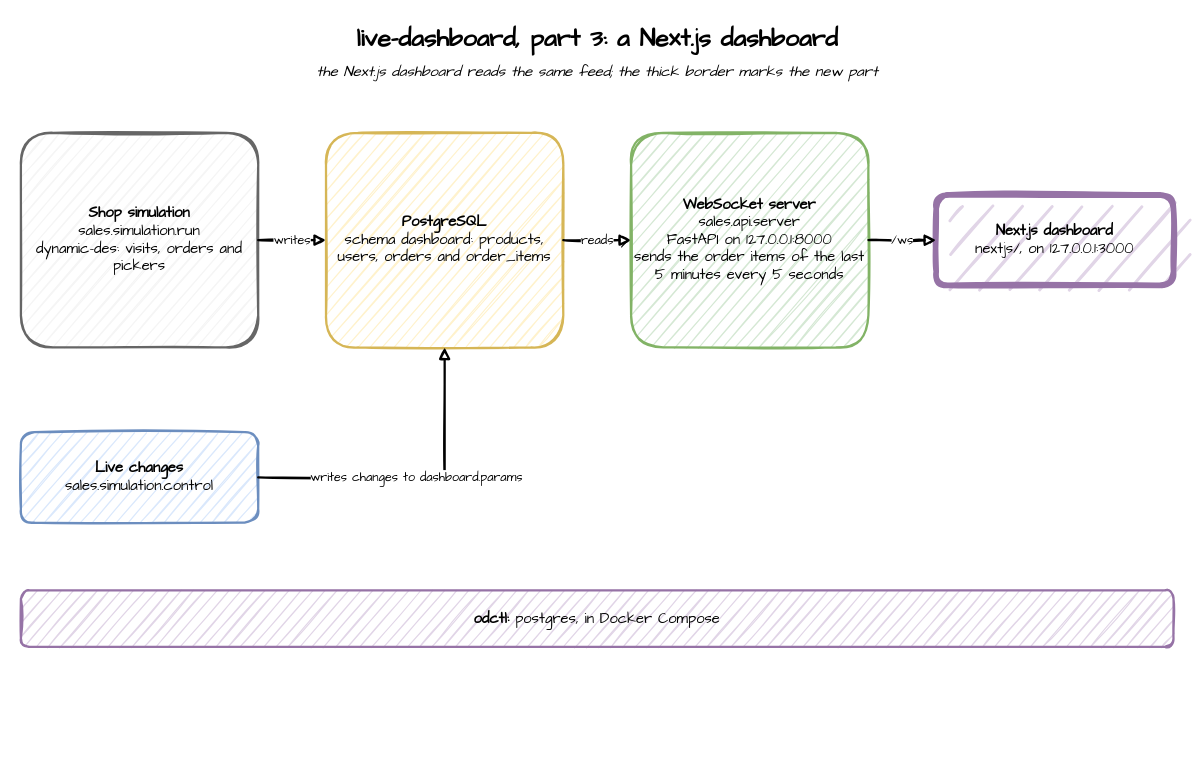
The draw.io diagram live-dashboard/images/part-3.drawio in jaehyeon-kim/benchtop, before the edit. Source tidied: cells renumbered, new cells numbered last; positions are measured from the earlier drawing's top-left corner, leaving out a move shared by most shapes. Both pictures are drawn from the tidied source at 113%, with x=0, y=0 at pixel (20, 19).
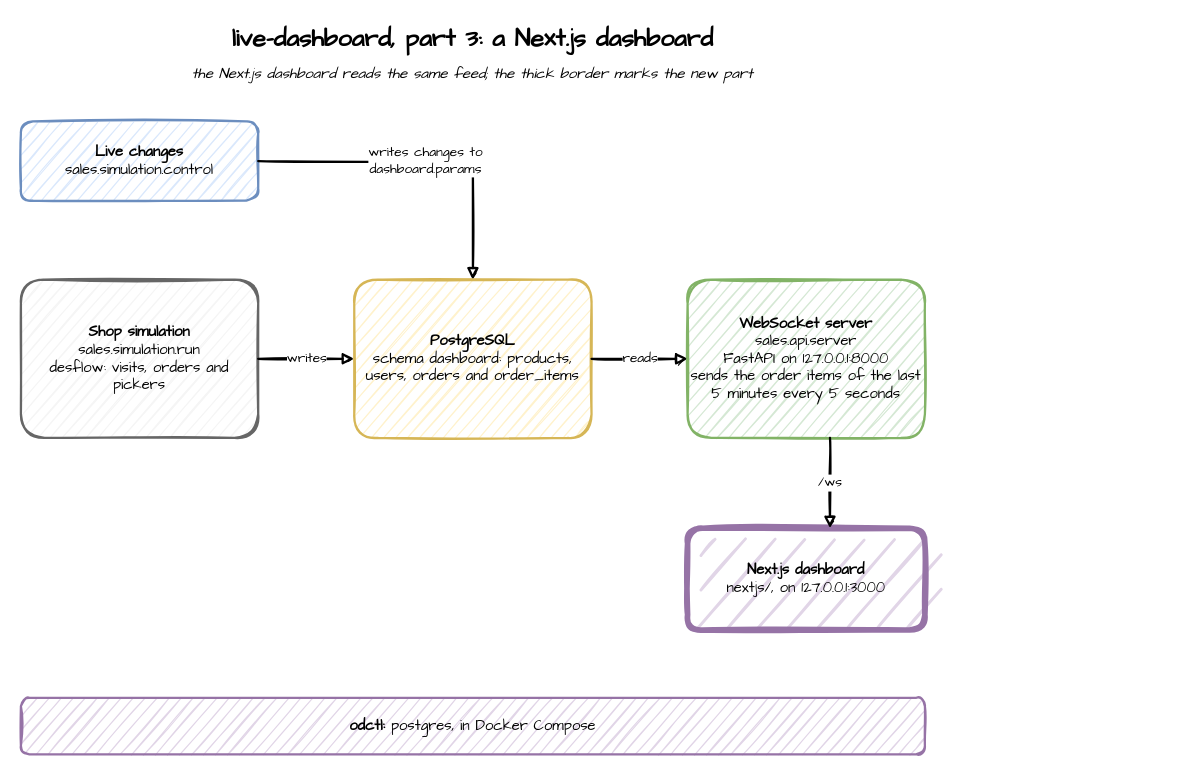
After the change.

What changed in the source:
```diff
@@
 <mxGraphModel>
   <root>
     <mxCell id="0" />
     <mxCell id="1" parent="0" />
-    <mxCell id="2" value="live-dashboard, part 3: a Next.js dashboard" style="text;html=1;align=center;verticalAlign=middle;fontFamily=Comic Sans MS;fontSize=22;fontStyle=1;strokeColor=none;fillColor=none;" parent="1" vertex="1">
-      <mxGeometry width="1020" height="36" as="geometry" />
+    <mxCell id="2" value="live-dashboard, part 3: a Next.js dashboard" style="text;html=1;align=center;verticalAlign=middle;whiteSpace=wrap;fontFamily=Comic Sans MS;fontSize=22;fontStyle=1;strokeColor=none;fillColor=none;" parent="1" vertex="1">
+      <mxGeometry width="800" height="36" as="geometry" />
     </mxCell>
-    <mxCell id="3" value="the Next.js dashboard reads the same feed; the thick border marks the new part" style="text;html=1;align=center;verticalAlign=middle;fontFamily=Comic Sans MS;fontSize=13;fontStyle=2;strokeColor=none;fillColor=none;" parent="1" vertex="1">
-      <mxGeometry y="34" width="1020" height="24" as="geometry" />
+    <mxCell id="3" value="the Next.js dashboard reads the same feed; the thick border marks the new part" style="text;html=1;align=center;verticalAlign=middle;whiteSpace=wrap;fontFamily=Comic Sans MS;fontSize=13;fontStyle=2;strokeColor=none;fillColor=none;" parent="1" vertex="1">
+      <mxGeometry y="36" width="800" height="24" as="geometry" />
     </mxCell>
+    <mxCell id="7" value="&lt;b&gt;Live changes&lt;/b&gt;&lt;br&gt;sales.simulation.control" style="sketch=1;fontFamily=Comic Sans MS;strokeWidth=2;html=1;rounded=1;whiteSpace=wrap;fontSize=13;fillColor=#dae8fc;strokeColor=#6c8ebf;" parent="1" vertex="1">
+      <mxGeometry y="90" width="210" height="70" as="geometry" />
+    </mxCell>
-    <mxCell id="4" value="&lt;b&gt;Shop simulation&lt;/b&gt;&lt;br&gt;sales.simulation.run&lt;br&gt;dynamic-des: visits, orders and pickers" style="sketch=1;fontFamily=Comic Sans MS;strokeWidth=2;html=1;rounded=1;whiteSpace=wrap;fontSize=13;fillColor=#f5f5f5;strokeColor=#666666;" parent="1" vertex="1">
-      <mxGeometry y="100" width="210" height="190" as="geometry" />
+    <mxCell id="4" value="&lt;b&gt;Shop simulation&lt;/b&gt;&lt;br&gt;sales.simulation.run&lt;br&gt;desflow: visits, orders and pickers" style="sketch=1;fontFamily=Comic Sans MS;strokeWidth=2;html=1;rounded=1;whiteSpace=wrap;fontSize=13;fillColor=#f5f5f5;strokeColor=#666666;" parent="1" vertex="1">
+      <mxGeometry y="230" width="210" height="140" as="geometry" />
     </mxCell>
     <mxCell id="5" value="&lt;b&gt;PostgreSQL&lt;/b&gt;&lt;br&gt;schema dashboard: products, users, orders and order_items" style="sketch=1;fontFamily=Comic Sans MS;strokeWidth=2;html=1;rounded=1;whiteSpace=wrap;fontSize=13;fillColor=#fff2cc;strokeColor=#d6b656;" parent="1" vertex="1">
-      <mxGeometry x="270" y="100" width="210" height="190" as="geometry" />
+      <mxGeometry x="295" y="230" width="210" height="140" as="geometry" />
     </mxCell>
     <mxCell id="6" value="&lt;b&gt;WebSocket server&lt;/b&gt;&lt;br&gt;sales.api.server&lt;br&gt;FastAPI on 127.0.0.1:8000&lt;br&gt;sends the order items of the last 5 minutes every 5 seconds" style="sketch=1;fontFamily=Comic Sans MS;strokeWidth=2;html=1;rounded=1;whiteSpace=wrap;fontSize=13;fillColor=#d5e8d4;strokeColor=#82b366;" parent="1" vertex="1">
-      <mxGeometry x="540" y="100" width="210" height="190" as="geometry" />
+      <mxGeometry x="590" y="230" width="210" height="140" as="geometry" />
     </mxCell>
-    <mxCell id="7" value="&lt;b&gt;Live changes&lt;/b&gt;&lt;br&gt;sales.simulation.control" style="sketch=1;fontFamily=Comic Sans MS;strokeWidth=2;html=1;rounded=1;whiteSpace=wrap;fontSize=13;fillColor=#dae8fc;strokeColor=#6c8ebf;" parent="1" vertex="1">
-      <mxGeometry y="365" width="210" height="80" as="geometry" />
-    </mxCell>
-    <mxCell id="8" value="&lt;b&gt;odctl:&lt;/b&gt; postgres, in Docker Compose" style="sketch=1;fontFamily=Comic Sans MS;strokeWidth=2;html=1;rounded=1;whiteSpace=wrap;fontSize=13;fillColor=#e1d5e7;strokeColor=#9673a6;" parent="1" vertex="1">
-      <mxGeometry y="505" width="1020" height="50" as="geometry" />
-    </mxCell>
-    <mxCell id="9" value="&lt;b&gt;Next.js dashboard&lt;/b&gt;&lt;br&gt;nextjs/, on 127.0.0.1:3000" style="sketch=1;fontFamily=Comic Sans MS;strokeWidth=5;html=1;rounded=1;whiteSpace=wrap;fontSize=13;fillColor=#e1d5e7;strokeColor=#9673a6;" parent="1" vertex="1">
-      <mxGeometry x="810" y="155" width="210" height="80" as="geometry" />
-    </mxCell>
-    <mxCell id="10" value="writes" style="sketch=1;fontFamily=Comic Sans MS;strokeWidth=2;html=1;edgeStyle=orthogonalEdgeStyle;rounded=0;endArrow=block;endFill=1;fontSize=11;labelBackgroundColor=#ffffff;exitX=1;exitY=0.5;entryX=0;entryY=0.5;" parent="1" edge="1" source="4" target="5">
+    <mxCell id="10" value="writes" style="sketch=1;fontFamily=Comic Sans MS;strokeWidth=2;html=1;edgeStyle=orthogonalEdgeStyle;rounded=0;endArrow=block;endFill=1;fontSize=12;labelBackgroundColor=#ffffff;exitX=1;exitY=0.5;entryX=0;entryY=0.5;" parent="1" edge="1" source="4" target="5">
       <mxGeometry relative="1" as="geometry" />
     </mxCell>
-    <mxCell id="11" value="reads" style="sketch=1;fontFamily=Comic Sans MS;strokeWidth=2;html=1;edgeStyle=orthogonalEdgeStyle;rounded=0;endArrow=block;endFill=1;fontSize=11;labelBackgroundColor=#ffffff;exitX=1;exitY=0.5;entryX=0;entryY=0.5;" parent="1" edge="1" source="5" target="6">
+    <mxCell id="11" value="reads" style="sketch=1;fontFamily=Comic Sans MS;strokeWidth=2;html=1;edgeStyle=orthogonalEdgeStyle;rounded=0;endArrow=block;endFill=1;fontSize=12;labelBackgroundColor=#ffffff;exitX=1;exitY=0.5;entryX=0;entryY=0.5;" parent="1" edge="1" source="5" target="6">
       <mxGeometry relative="1" as="geometry" />
     </mxCell>
-    <mxCell id="12" value="writes changes to dashboard.params" style="sketch=1;fontFamily=Comic Sans MS;strokeWidth=2;html=1;edgeStyle=orthogonalEdgeStyle;rounded=0;endArrow=block;endFill=1;fontSize=11;labelBackgroundColor=#ffffff;exitX=1;exitY=0.5;entryX=0.5;entryY=1;" parent="1" edge="1" source="7" target="5">
+    <mxCell id="12" value="writes changes to&lt;br&gt;dashboard.params" style="sketch=1;fontFamily=Comic Sans MS;strokeWidth=2;html=1;edgeStyle=orthogonalEdgeStyle;rounded=0;endArrow=block;endFill=1;fontSize=12;labelBackgroundColor=#ffffff;exitX=1;exitY=0.5;entryX=0.5;entryY=0;" parent="1" edge="1" source="7" target="5">
       <mxGeometry relative="1" as="geometry" />
     </mxCell>
+    <mxCell id="9" value="&lt;b&gt;Next.js dashboard&lt;/b&gt;&lt;br&gt;nextjs/, on 127.0.0.1:3000" style="sketch=1;fontFamily=Comic Sans MS;strokeWidth=5;html=1;rounded=1;whiteSpace=wrap;fontSize=13;fillColor=#e1d5e7;strokeColor=#9673a6;" parent="1" vertex="1">
+      <mxGeometry x="590" y="450" width="210" height="90" as="geometry" />
+    </mxCell>
-    <mxCell id="13" value="/ws" style="sketch=1;fontFamily=Comic Sans MS;strokeWidth=2;html=1;edgeStyle=orthogonalEdgeStyle;rounded=0;endArrow=block;endFill=1;fontSize=11;labelBackgroundColor=#ffffff;exitX=1;exitY=0.789;entryX=0;entryY=0.5;" parent="1" edge="1" target="9">
-      <mxGeometry relative="1" as="geometry">
-        <mxPoint x="750" y="194.9" as="sourcePoint" />
-      </mxGeometry>
+    <mxCell id="13" value="/ws" style="sketch=1;fontFamily=Comic Sans MS;strokeWidth=2;html=1;edgeStyle=orthogonalEdgeStyle;rounded=0;endArrow=block;endFill=1;fontSize=12;labelBackgroundColor=#ffffff;exitX=0.6;exitY=1;entryX=0.6;entryY=0;" parent="1" edge="1" source="6" target="9">
+      <mxGeometry relative="1" as="geometry" />
     </mxCell>
+    <mxCell id="8" value="&lt;b&gt;odctl:&lt;/b&gt; postgres, in Docker Compose" style="sketch=1;fontFamily=Comic Sans MS;strokeWidth=2;html=1;rounded=1;whiteSpace=wrap;fontSize=13;fillColor=#e1d5e7;strokeColor=#9673a6;" parent="1" vertex="1">
+      <mxGeometry y="600" width="800" height="50" as="geometry" />
+    </mxCell>
   </root>
 </mxGraphModel>
```
